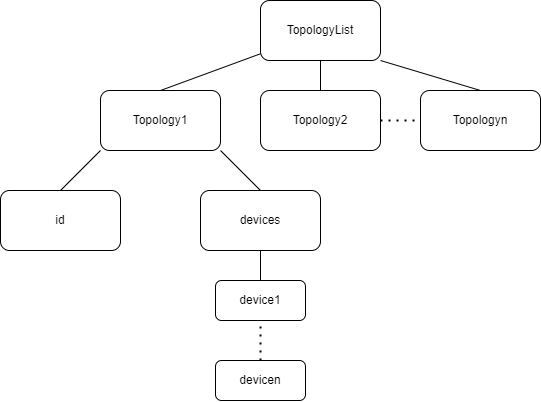
This is diagrams/datastructureDiagram.png from ZAK0EE/Topology-API, a draw.io export, as it was before one commit. Source tidied: cells renumbered, new cells last; positions are measured from the earlier drawing's top-left corner, leaving out a move shared by most shapes. Source of this version:
```xml
<mxGraphModel>
  <root>
    <mxCell id="0" />
    <mxCell id="1" parent="0" />
    <mxCell id="2" value="TopologyList" style="rounded=1;whiteSpace=wrap;html=1;" parent="1" vertex="1">
      <mxGeometry x="260" width="120" height="60" as="geometry" />
    </mxCell>
    <mxCell id="3" value="Topology1" style="rounded=1;whiteSpace=wrap;html=1;" parent="1" vertex="1">
      <mxGeometry x="100" y="90" width="120" height="60" as="geometry" />
    </mxCell>
    <mxCell id="4" value="Topology2" style="rounded=1;whiteSpace=wrap;html=1;" parent="1" vertex="1">
      <mxGeometry x="260" y="90" width="120" height="60" as="geometry" />
    </mxCell>
    <mxCell id="5" value="Topologyn" style="rounded=1;whiteSpace=wrap;html=1;" parent="1" vertex="1">
      <mxGeometry x="420" y="90" width="120" height="60" as="geometry" />
    </mxCell>
    <mxCell id="6" style="endArrow=none;dashed=1;html=1;dashPattern=1 3;strokeWidth=2;rounded=0;exitX=1;exitY=0.5;exitDx=0;exitDy=0;entryX=0;entryY=0.5;entryDx=0;entryDy=0;" parent="1" edge="1" source="4" target="5">
      <mxGeometry relative="1" as="geometry" />
    </mxCell>
    <mxCell id="7" style="endArrow=none;html=1;rounded=0;exitX=0.5;exitY=1;exitDx=0;exitDy=0;entryX=0.5;entryY=0;entryDx=0;entryDy=0;" parent="1" edge="1" source="2" target="4">
      <mxGeometry relative="1" as="geometry" />
    </mxCell>
    <mxCell id="8" style="endArrow=none;html=1;rounded=0;entryX=-0.003;entryY=0.89;entryDx=0;entryDy=0;exitX=0.5;exitY=0;exitDx=0;exitDy=0;entryPerimeter=0;" parent="1" edge="1" source="3" target="2">
      <mxGeometry relative="1" as="geometry" />
    </mxCell>
    <mxCell id="9" style="endArrow=none;html=1;rounded=0;entryX=1;entryY=1;entryDx=0;entryDy=0;exitX=0.5;exitY=0;exitDx=0;exitDy=0;" parent="1" edge="1" source="5" target="2">
      <mxGeometry relative="1" as="geometry" />
    </mxCell>
    <mxCell id="10" value="devices" style="rounded=1;whiteSpace=wrap;html=1;" parent="1" vertex="1">
      <mxGeometry x="200" y="190" width="120" height="60" as="geometry" />
    </mxCell>
    <mxCell id="11" value="id" style="rounded=1;whiteSpace=wrap;html=1;" parent="1" vertex="1">
      <mxGeometry y="190" width="120" height="60" as="geometry" />
    </mxCell>
    <mxCell id="12" style="endArrow=none;html=1;rounded=0;entryX=0;entryY=1;entryDx=0;entryDy=0;exitX=0.5;exitY=0;exitDx=0;exitDy=0;" parent="1" edge="1" source="11" target="3">
      <mxGeometry relative="1" as="geometry" />
    </mxCell>
    <mxCell id="13" style="endArrow=none;html=1;rounded=0;entryX=1;entryY=1;entryDx=0;entryDy=0;exitX=0.5;exitY=0;exitDx=0;exitDy=0;" parent="1" edge="1" source="10" target="3">
      <mxGeometry relative="1" as="geometry" />
    </mxCell>
    <mxCell id="14" value="device1" style="whiteSpace=wrap;html=1;rounded=1;" parent="1" vertex="1">
      <mxGeometry x="215" y="280" width="90" height="40" as="geometry" />
    </mxCell>
    <mxCell id="15" value="devicen" style="whiteSpace=wrap;html=1;rounded=1;" parent="1" vertex="1">
      <mxGeometry x="215" y="360" width="90" height="40" as="geometry" />
    </mxCell>
    <mxCell id="16" style="endArrow=none;html=1;rounded=0;entryX=0.5;entryY=1;entryDx=0;entryDy=0;exitX=0.5;exitY=0;exitDx=0;exitDy=0;" parent="1" edge="1" source="14" target="10">
      <mxGeometry relative="1" as="geometry" />
    </mxCell>
    <mxCell id="17" style="endArrow=none;dashed=1;html=1;dashPattern=1 3;strokeWidth=2;rounded=0;entryX=0.5;entryY=1;entryDx=0;entryDy=0;exitX=0.5;exitY=0;exitDx=0;exitDy=0;" parent="1" edge="1" source="15" target="14">
      <mxGeometry relative="1" as="geometry" />
    </mxCell>
  </root>
</mxGraphModel>
```
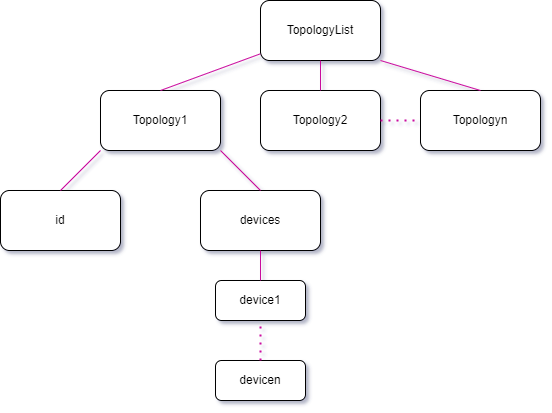
The same diagram one commit later.

Commit message:
improvement to fit dark and light github

The edit, as a diff of the source:
```diff
@@ -14,16 +14,16 @@
     <mxCell id="5" value="Topologyn" style="rounded=1;whiteSpace=wrap;html=1;" parent="1" vertex="1">
       <mxGeometry x="420" y="90" width="120" height="60" as="geometry" />
     </mxCell>
-    <mxCell id="6" style="endArrow=none;dashed=1;html=1;dashPattern=1 3;strokeWidth=2;rounded=0;exitX=1;exitY=0.5;exitDx=0;exitDy=0;entryX=0;entryY=0.5;entryDx=0;entryDy=0;" parent="1" edge="1" source="4" target="5">
+    <mxCell id="6" style="endArrow=none;dashed=1;html=1;dashPattern=1 3;strokeWidth=2;rounded=0;exitX=1;exitY=0.5;exitDx=0;exitDy=0;entryX=0;entryY=0.5;entryDx=0;entryDy=0;strokeColor=#C90A9D;" parent="1" edge="1" source="4" target="5">
       <mxGeometry relative="1" as="geometry" />
     </mxCell>
-    <mxCell id="7" style="endArrow=none;html=1;rounded=0;exitX=0.5;exitY=1;exitDx=0;exitDy=0;entryX=0.5;entryY=0;entryDx=0;entryDy=0;" parent="1" edge="1" source="2" target="4">
+    <mxCell id="7" style="endArrow=none;html=1;rounded=0;exitX=0.5;exitY=1;exitDx=0;exitDy=0;entryX=0.5;entryY=0;entryDx=0;entryDy=0;strokeColor=#C90A9D;" parent="1" edge="1" source="2" target="4">
       <mxGeometry relative="1" as="geometry" />
     </mxCell>
-    <mxCell id="8" style="endArrow=none;html=1;rounded=0;entryX=-0.003;entryY=0.89;entryDx=0;entryDy=0;exitX=0.5;exitY=0;exitDx=0;exitDy=0;entryPerimeter=0;" parent="1" edge="1" source="3" target="2">
+    <mxCell id="8" style="endArrow=none;html=1;rounded=0;entryX=-0.003;entryY=0.89;entryDx=0;entryDy=0;exitX=0.5;exitY=0;exitDx=0;exitDy=0;entryPerimeter=0;strokeColor=#C90A9D;" parent="1" edge="1" source="3" target="2">
       <mxGeometry relative="1" as="geometry" />
     </mxCell>
-    <mxCell id="9" style="endArrow=none;html=1;rounded=0;entryX=1;entryY=1;entryDx=0;entryDy=0;exitX=0.5;exitY=0;exitDx=0;exitDy=0;" parent="1" edge="1" source="5" target="2">
+    <mxCell id="9" style="endArrow=none;html=1;rounded=0;entryX=1;entryY=1;entryDx=0;entryDy=0;exitX=0.5;exitY=0;exitDx=0;exitDy=0;strokeColor=#C90A9D;" parent="1" edge="1" source="5" target="2">
       <mxGeometry relative="1" as="geometry" />
     </mxCell>
     <mxCell id="10" value="devices" style="rounded=1;whiteSpace=wrap;html=1;" parent="1" vertex="1">
@@ -32,10 +32,10 @@
     <mxCell id="11" value="id" style="rounded=1;whiteSpace=wrap;html=1;" parent="1" vertex="1">
       <mxGeometry y="190" width="120" height="60" as="geometry" />
     </mxCell>
-    <mxCell id="12" style="endArrow=none;html=1;rounded=0;entryX=0;entryY=1;entryDx=0;entryDy=0;exitX=0.5;exitY=0;exitDx=0;exitDy=0;" parent="1" edge="1" source="11" target="3">
+    <mxCell id="12" style="endArrow=none;html=1;rounded=0;entryX=0;entryY=1;entryDx=0;entryDy=0;exitX=0.5;exitY=0;exitDx=0;exitDy=0;strokeColor=#C90A9D;" parent="1" edge="1" source="11" target="3">
       <mxGeometry relative="1" as="geometry" />
     </mxCell>
-    <mxCell id="13" style="endArrow=none;html=1;rounded=0;entryX=1;entryY=1;entryDx=0;entryDy=0;exitX=0.5;exitY=0;exitDx=0;exitDy=0;" parent="1" edge="1" source="10" target="3">
+    <mxCell id="13" style="endArrow=none;html=1;rounded=0;entryX=1;entryY=1;entryDx=0;entryDy=0;exitX=0.5;exitY=0;exitDx=0;exitDy=0;strokeColor=#C90A9D;" parent="1" edge="1" source="10" target="3">
       <mxGeometry relative="1" as="geometry" />
     </mxCell>
     <mxCell id="14" value="device1" style="whiteSpace=wrap;html=1;rounded=1;" parent="1" vertex="1">
@@ -44,10 +44,10 @@
     <mxCell id="15" value="devicen" style="whiteSpace=wrap;html=1;rounded=1;" parent="1" vertex="1">
       <mxGeometry x="215" y="360" width="90" height="40" as="geometry" />
     </mxCell>
-    <mxCell id="16" style="endArrow=none;html=1;rounded=0;entryX=0.5;entryY=1;entryDx=0;entryDy=0;exitX=0.5;exitY=0;exitDx=0;exitDy=0;" parent="1" edge="1" source="14" target="10">
+    <mxCell id="16" style="endArrow=none;html=1;rounded=0;entryX=0.5;entryY=1;entryDx=0;entryDy=0;exitX=0.5;exitY=0;exitDx=0;exitDy=0;strokeColor=#C90A9D;" parent="1" edge="1" source="14" target="10">
       <mxGeometry relative="1" as="geometry" />
     </mxCell>
-    <mxCell id="17" style="endArrow=none;dashed=1;html=1;dashPattern=1 3;strokeWidth=2;rounded=0;entryX=0.5;entryY=1;entryDx=0;entryDy=0;exitX=0.5;exitY=0;exitDx=0;exitDy=0;" parent="1" edge="1" source="15" target="14">
+    <mxCell id="17" style="endArrow=none;dashed=1;html=1;dashPattern=1 3;strokeWidth=2;rounded=0;entryX=0.5;entryY=1;entryDx=0;entryDy=0;exitX=0.5;exitY=0;exitDx=0;exitDy=0;strokeColor=#C90A9D;" parent="1" edge="1" source="15" target="14">
       <mxGeometry relative="1" as="geometry" />
     </mxCell>
   </root>
```
